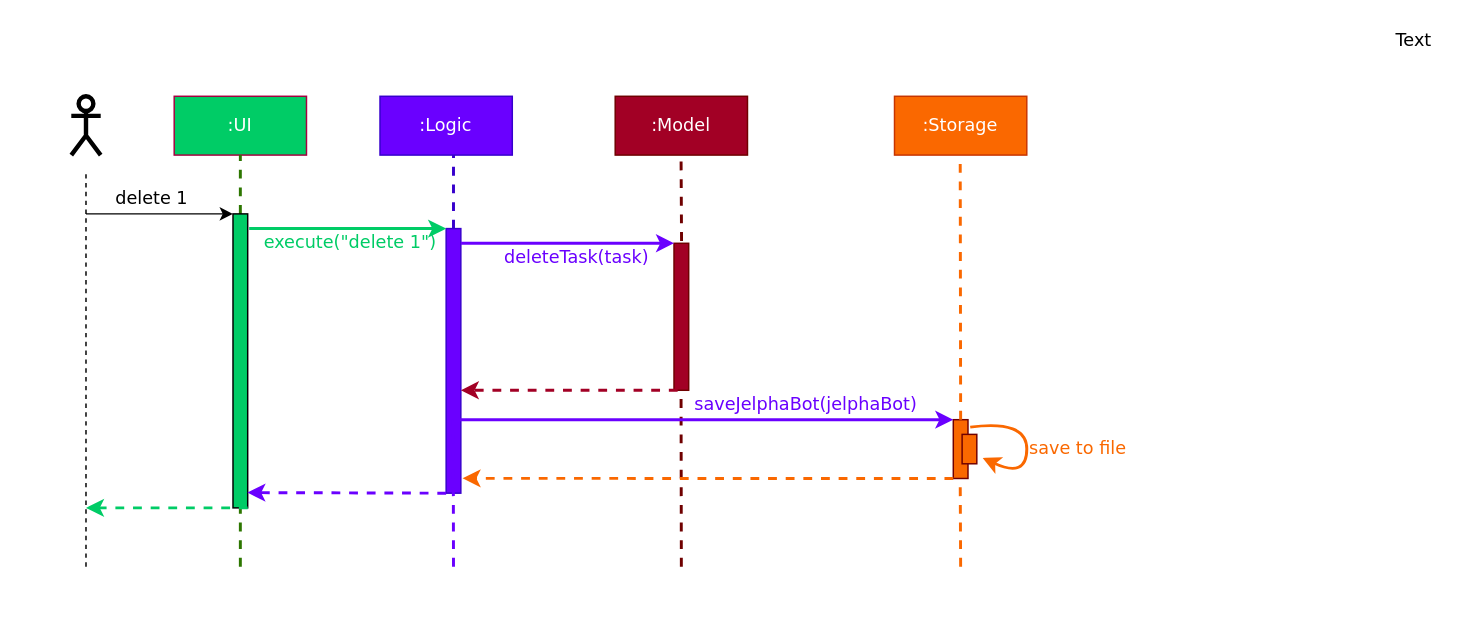
This is docs/diagrams/interaction.drawio from yapdianhao/main, a draw.io file, before an edit. Source tidied: cells renumbered, new cells numbered last; positions are measured from the earlier drawing's top-left corner, leaving out a move shared by most shapes. Both pictures are drawn from the tidied source at 147%, with x=0, y=0 at pixel (26, 25).
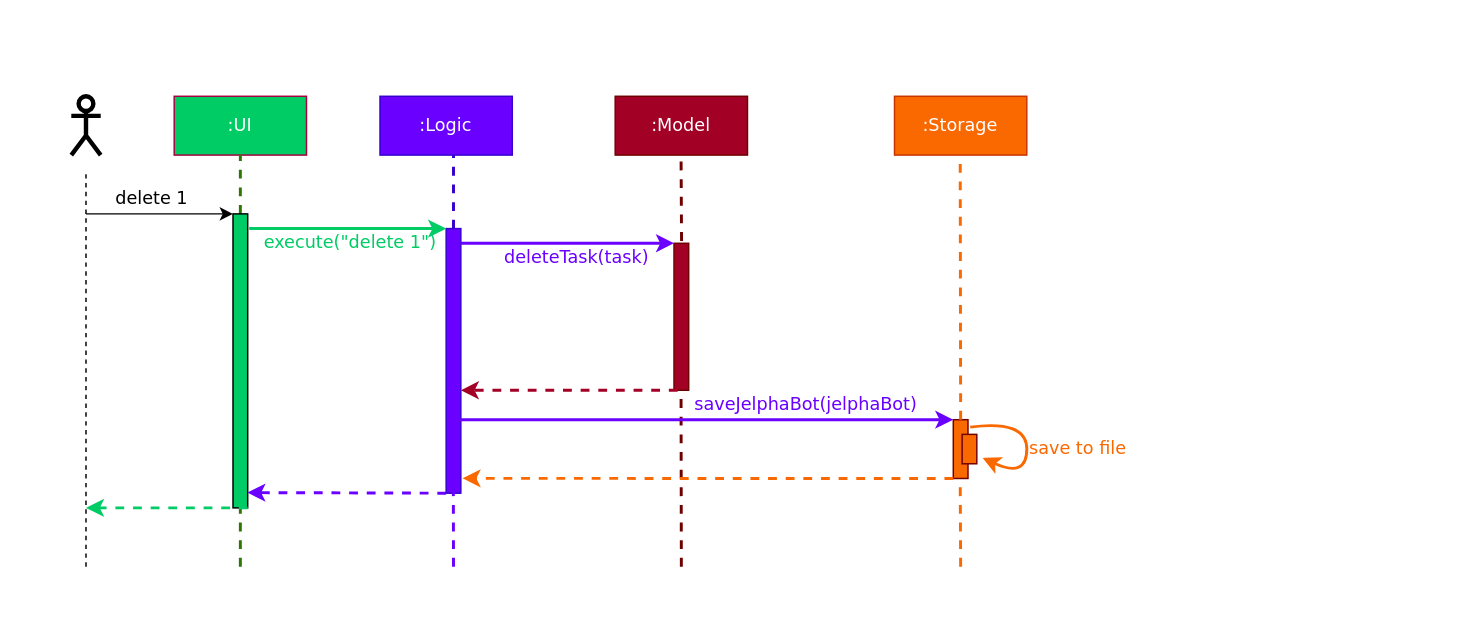
Above is the later version.

What changed in the source:
```diff
@@
-    <mxCell id="36" value="Text" style="text;html=1;align=center;verticalAlign=middle;fontFamily=Verdana;" parent="1" vertex="1">
-      <mxGeometry x="923" width="40" height="20" as="geometry" />
-    </mxCell>
```
